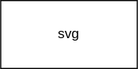
Earlier version of the draw.io export stripe-subscription/stripe-data-flow.drawio.svg (awsome-cats/project-design-for-react). Source tidied: cells renumbered, new cells last; positions are measured from the earlier drawing's top-left corner, leaving out a move shared by most shapes.
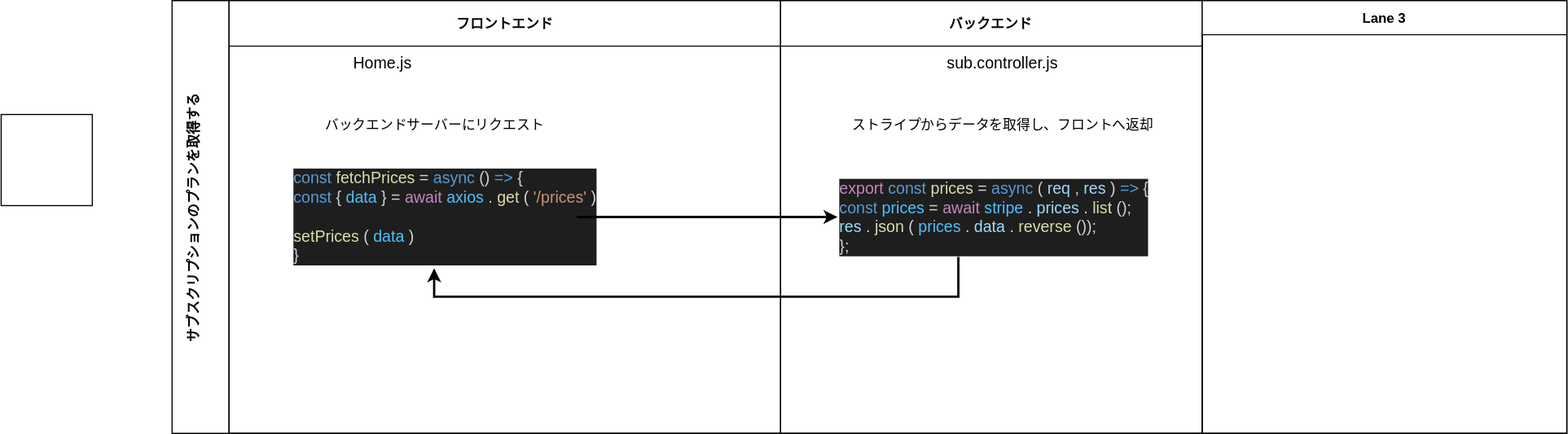
The same file after the commit.

Diff of the diagram source:
```diff
@@ -2,8 +2,52 @@
   <root>
     <mxCell id="0" />
     <mxCell id="1" parent="0" />
-    <mxCell id="2" value="svg" style="rounded=0;whiteSpace=wrap;html=1;" parent="1" vertex="1">
-      <mxGeometry width="120" height="60" as="geometry" />
+    <mxCell id="2" style="whiteSpace=wrap;html=1;" parent="1" vertex="1">
+      <mxGeometry width="80" height="80" as="geometry" />
     </mxCell>
+    <mxCell id="3" value="クライアント" style="text;html=1;strokeColor=none;fillColor=none;align=center;verticalAlign=middle;whiteSpace=wrap;rounded=0;" parent="1" vertex="1">
+      <mxGeometry x="200" y="-100" width="210" height="30" as="geometry" />
+    </mxCell>
+    <mxCell id="4" value="サブスクリプションのプランを取得する&#10;" style="swimlane;startSize=50;horizontal=0;" parent="1" vertex="1">
+      <mxGeometry x="150" y="-100" width="1224" height="380" as="geometry" />
+    </mxCell>
+    <mxCell id="5" value="フロントエンド" style="swimlane;startSize=40;" parent="4" vertex="1">
+      <mxGeometry x="50" width="484" height="380" as="geometry" />
+    </mxCell>
+    <mxCell id="6" value="Home.js" style="text;html=1;strokeColor=none;fillColor=none;align=center;verticalAlign=middle;whiteSpace=wrap;rounded=0;fontSize=14;" parent="5" vertex="1">
+      <mxGeometry y="40" width="270" height="30" as="geometry" />
+    </mxCell>
+    <mxCell id="7" value="&lt;div style=&quot;color: rgb(212, 212, 212); background-color: rgb(30, 30, 30); font-size: 14px; line-height: 17px;&quot;&gt;&lt;div style=&quot;font-size: 14px;&quot;&gt;&lt;span style=&quot;color: rgb(86, 156, 214); font-size: 14px;&quot;&gt;const&lt;/span&gt; &lt;span style=&quot;color: rgb(220, 220, 170); font-size: 14px;&quot;&gt;fetchPrices&lt;/span&gt; = &lt;span style=&quot;color: rgb(86, 156, 214); font-size: 14px;&quot;&gt;async&lt;/span&gt;() &lt;span style=&quot;color: rgb(86, 156, 214); font-size: 14px;&quot;&gt;=&amp;gt;&lt;/span&gt; {&lt;/div&gt;&lt;div style=&quot;font-size: 14px;&quot;&gt;        &lt;span style=&quot;color: rgb(86, 156, 214); font-size: 14px;&quot;&gt;const&lt;/span&gt; {&lt;span style=&quot;color: rgb(79, 193, 255); font-size: 14px;&quot;&gt;data&lt;/span&gt;} = &lt;span style=&quot;color: rgb(197, 134, 192); font-size: 14px;&quot;&gt;await&lt;/span&gt; &lt;span style=&quot;color: rgb(79, 193, 255); font-size: 14px;&quot;&gt;axios&lt;/span&gt;.&lt;span style=&quot;color: rgb(220, 220, 170); font-size: 14px;&quot;&gt;get&lt;/span&gt;(&lt;span style=&quot;color: rgb(206, 145, 120); font-size: 14px;&quot;&gt;'/prices'&lt;/span&gt;)&lt;/div&gt;&lt;div style=&quot;font-size: 14px;&quot;&gt;&lt;br style=&quot;font-size: 14px;&quot;&gt;&lt;/div&gt;&lt;div style=&quot;font-size: 14px;&quot;&gt;        &lt;span style=&quot;color: rgb(220, 220, 170); font-size: 14px;&quot;&gt;setPrices&lt;/span&gt;(&lt;span style=&quot;color: rgb(79, 193, 255); font-size: 14px;&quot;&gt;data&lt;/span&gt;)&lt;/div&gt;&lt;div style=&quot;font-size: 14px;&quot;&gt;    }&lt;/div&gt;&lt;/div&gt;" style="text;html=1;align=left;verticalAlign=middle;points=[];strokeColor=none;fontSize=14;" parent="5" vertex="1">
+      <mxGeometry x="55" y="145" width="250" height="90" as="geometry" />
+    </mxCell>
+    <mxCell id="8" value="バックエンドサーバーにリクエスト" style="text;html=1;align=center;verticalAlign=middle;strokeColor=none;" parent="5" vertex="1">
+      <mxGeometry x="75" y="100" width="210" height="20" as="geometry" />
+    </mxCell>
+    <mxCell id="9" value="バックエンド" style="swimlane;startSize=40;" parent="4" vertex="1">
+      <mxGeometry x="534" width="370" height="380" as="geometry" />
+    </mxCell>
+    <mxCell id="10" value="ストライプからデータを取得し、フロントへ返却" style="text;html=1;align=center;verticalAlign=middle;strokeColor=none;" parent="9" vertex="1">
+      <mxGeometry x="55" y="100" width="280" height="20" as="geometry" />
+    </mxCell>
+    <mxCell id="11" value="&lt;div style=&quot;color: rgb(212 , 212 , 212) ; background-color: rgb(30 , 30 , 30) ; font-size: 14px ; line-height: 17px&quot;&gt;&lt;div style=&quot;font-size: 14px&quot;&gt;&lt;span style=&quot;color: rgb(197 , 134 , 192) ; font-size: 14px&quot;&gt;export&lt;/span&gt; &lt;span style=&quot;color: rgb(86 , 156 , 214) ; font-size: 14px&quot;&gt;const&lt;/span&gt; &lt;span style=&quot;color: rgb(220 , 220 , 170) ; font-size: 14px&quot;&gt;prices&lt;/span&gt; = &lt;span style=&quot;color: rgb(86 , 156 , 214) ; font-size: 14px&quot;&gt;async&lt;/span&gt; (&lt;span style=&quot;color: rgb(156 , 220 , 254) ; font-size: 14px&quot;&gt;req&lt;/span&gt;, &lt;span style=&quot;color: rgb(156 , 220 , 254) ; font-size: 14px&quot;&gt;res&lt;/span&gt;) &lt;span style=&quot;color: rgb(86 , 156 , 214) ; font-size: 14px&quot;&gt;=&amp;gt;&lt;/span&gt; {&lt;/div&gt;&lt;div style=&quot;font-size: 14px&quot;&gt;    &lt;span style=&quot;color: rgb(86 , 156 , 214) ; font-size: 14px&quot;&gt;const&lt;/span&gt; &lt;span style=&quot;color: rgb(79 , 193 , 255) ; font-size: 14px&quot;&gt;prices&lt;/span&gt; = &lt;span style=&quot;color: rgb(197 , 134 , 192) ; font-size: 14px&quot;&gt;await&lt;/span&gt; &lt;span style=&quot;color: rgb(79 , 193 , 255) ; font-size: 14px&quot;&gt;stripe&lt;/span&gt;.&lt;span style=&quot;color: rgb(156 , 220 , 254) ; font-size: 14px&quot;&gt;prices&lt;/span&gt;.&lt;span style=&quot;color: rgb(220 , 220 , 170) ; font-size: 14px&quot;&gt;list&lt;/span&gt;();&lt;/div&gt;&lt;div style=&quot;font-size: 14px&quot;&gt;    &lt;span style=&quot;color: rgb(156 , 220 , 254) ; font-size: 14px&quot;&gt;res&lt;/span&gt;.&lt;span style=&quot;color: rgb(220 , 220 , 170) ; font-size: 14px&quot;&gt;json&lt;/span&gt;(&lt;span style=&quot;color: rgb(79 , 193 , 255) ; font-size: 14px&quot;&gt;prices&lt;/span&gt;.&lt;span style=&quot;color: rgb(156 , 220 , 254) ; font-size: 14px&quot;&gt;data&lt;/span&gt;.&lt;span style=&quot;color: rgb(220 , 220 , 170) ; font-size: 14px&quot;&gt;reverse&lt;/span&gt;());&lt;/div&gt;&lt;div style=&quot;font-size: 14px&quot;&gt;};&lt;/div&gt;&lt;/div&gt;" style="text;html=1;align=left;verticalAlign=middle;points=[];strokeColor=none;fontSize=14;" parent="9" vertex="1">
+      <mxGeometry x="50" y="155" width="270" height="70" as="geometry" />
+    </mxCell>
+    <mxCell id="12" value="sub.controller.js" style="text;html=1;strokeColor=none;fillColor=none;align=center;verticalAlign=middle;whiteSpace=wrap;rounded=0;fontSize=14;" parent="9" vertex="1">
+      <mxGeometry x="60" y="40" width="270" height="30" as="geometry" />
+    </mxCell>
+    <mxCell id="13" value="Lane 3" style="swimlane;startSize=30;" parent="4" vertex="1">
+      <mxGeometry x="904" width="320" height="380" as="geometry" />
+    </mxCell>
+    <mxCell id="14" style="edgeStyle=orthogonalEdgeStyle;rounded=0;jettySize=auto;html=1;fontSize=14;strokeWidth=2;" parent="4" edge="1" source="7" target="11">
+      <mxGeometry relative="1" as="geometry" />
+    </mxCell>
+    <mxCell id="15" style="edgeStyle=orthogonalEdgeStyle;rounded=0;jettySize=auto;html=1;fontSize=14;strokeWidth=2;" parent="4" edge="1" source="11" target="7">
+      <mxGeometry relative="1" as="geometry">
+        <Array as="points">
+          <mxPoint x="690" y="260" />
+          <mxPoint x="230" y="260" />
+        </Array>
+      </mxGeometry>
+    </mxCell>
   </root>
 </mxGraphModel>
```
